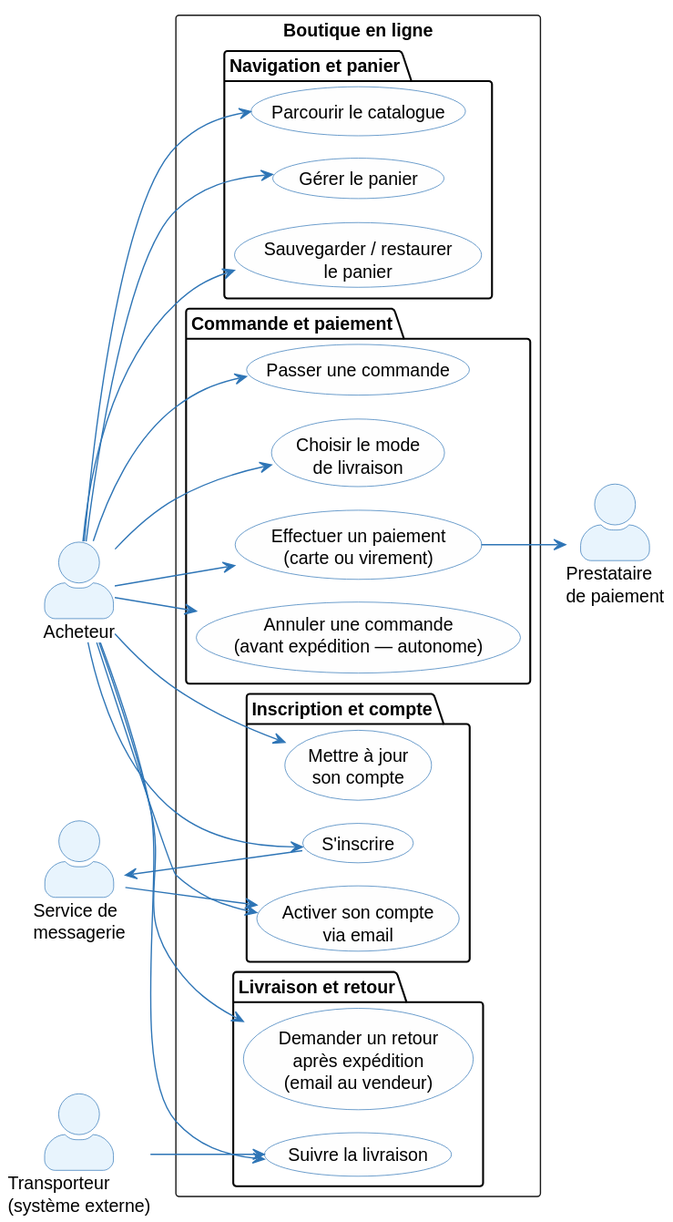
Before: architecture/01-operational-analysis/diagrams/oa-uc-buyer.svg, a diagram exported from PlantUML (louistalvande/online_shop). The source it was exported from:
```plantuml
@startuml
skinparam actorStyle awesome
skinparam usecase {
  BackgroundColor #FEFEFE
  BorderColor #2E75B6
  ArrowColor #2E75B6
}
skinparam actor {
  BackgroundColor #E8F4FD
  BorderColor #2E75B6
}

left to right direction

actor "Acheteur" as Buyer
actor "Service de\nmessagerie" as Mail
actor "Prestataire\nde paiement" as Payment
actor "Transporteur\n(système externe)" as Carrier

rectangle "Boutique en ligne" {
  package "Inscription et compte" {
    usecase (S'inscrire) as UC_B0
    usecase (Activer son compte\nvia email) as UC_B0B
    usecase (Mettre à jour\nson compte) as UC_B_ACC
  }
  package "Navigation et panier" {
    usecase (Parcourir le catalogue) as UC_B1
    usecase (Gérer le panier) as UC_B2
    usecase (Sauvegarder / restaurer\nle panier) as UC_B2B
  }
  package "Commande et paiement" {
    usecase (Passer une commande) as UC_B3
    usecase (Choisir le mode\nde livraison) as UC_B4B
    usecase "Effectuer un paiement\n(carte ou virement)" as UC_B4
    usecase "Annuler une commande\n(avant expédition — autonome)" as UC_B6
  }
  package "Livraison et retour" {
    usecase (Suivre la livraison) as UC_B5
    usecase "Demander un retour\naprès expédition\n(email au vendeur)" as UC_B7
  }
}

Buyer --> UC_B0
Buyer --> UC_B0B
Buyer --> UC_B_ACC
Buyer --> UC_B1
Buyer --> UC_B2
Buyer --> UC_B2B
Buyer --> UC_B3
Buyer --> UC_B4B
Buyer --> UC_B4
Buyer --> UC_B5
Buyer --> UC_B6
Buyer --> UC_B7

UC_B0 --> Mail
Mail --> UC_B0B
UC_B4 --> Payment
Carrier --> UC_B5
@enduml
```
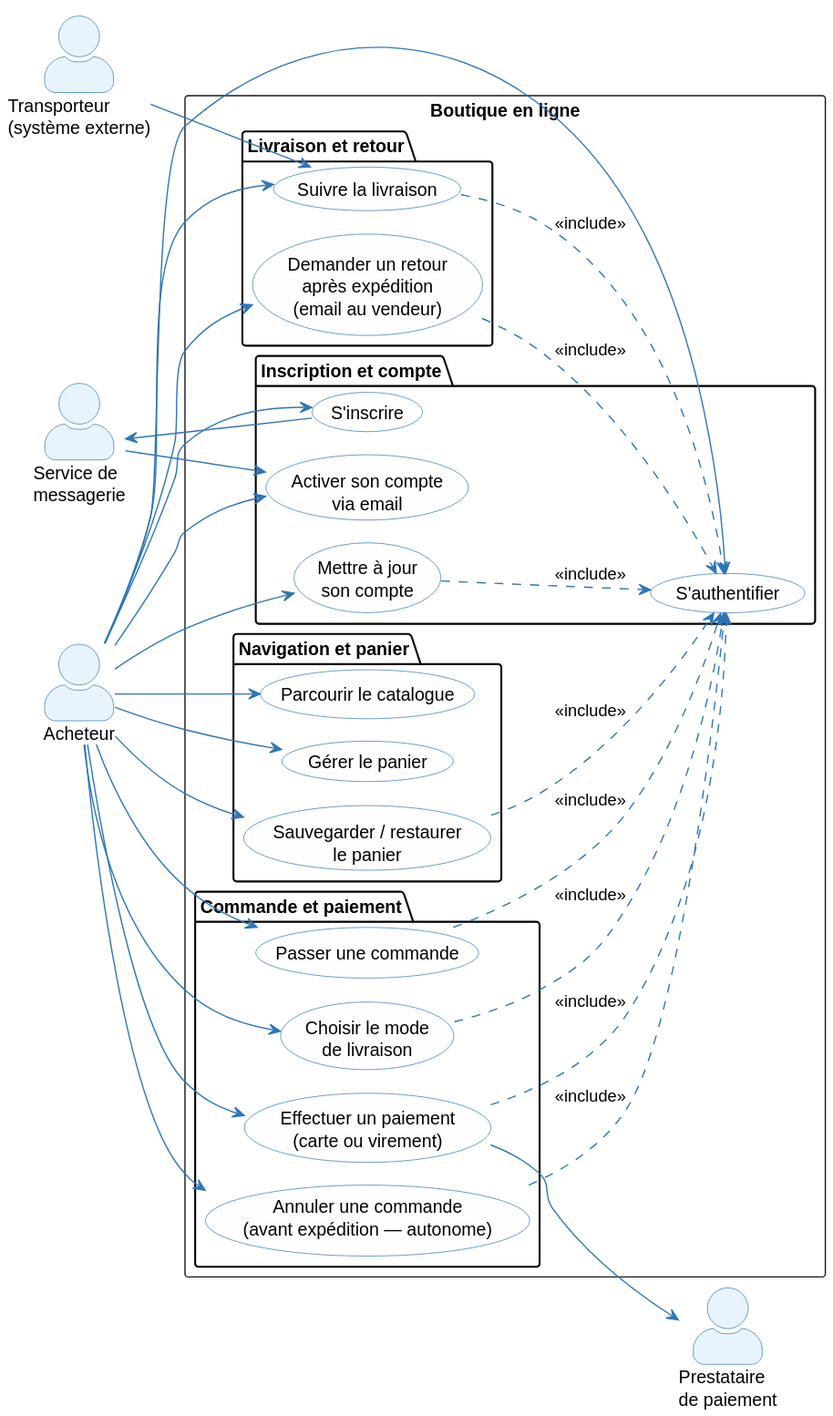
After the change.

Commit message:
include authet when necessary

Diff of the diagram source:
```diff
@@ -21,6 +21,7 @@
   package "Inscription et compte" {
     usecase (S'inscrire) as UC_B0
     usecase (Activer son compte\nvia email) as UC_B0B
+    usecase (S'authentifier) as UC_B_AUTH
     usecase (Mettre à jour\nson compte) as UC_B_ACC
   }
   package "Navigation et panier" {
@@ -42,6 +43,7 @@
 
 Buyer --> UC_B0
 Buyer --> UC_B0B
+Buyer --> UC_B_AUTH
 Buyer --> UC_B_ACC
 Buyer --> UC_B1
 Buyer --> UC_B2
@@ -53,6 +55,15 @@
 Buyer --> UC_B6
 Buyer --> UC_B7
 
+UC_B_ACC ..> UC_B_AUTH : <<include>>
+UC_B2B ..> UC_B_AUTH : <<include>>
+UC_B3 ..> UC_B_AUTH : <<include>>
+UC_B4B ..> UC_B_AUTH : <<include>>
+UC_B4 ..> UC_B_AUTH : <<include>>
+UC_B5 ..> UC_B_AUTH : <<include>>
+UC_B6 ..> UC_B_AUTH : <<include>>
+UC_B7 ..> UC_B_AUTH : <<include>>
+
 UC_B0 --> Mail
 Mail --> UC_B0B
 UC_B4 --> Payment
```
